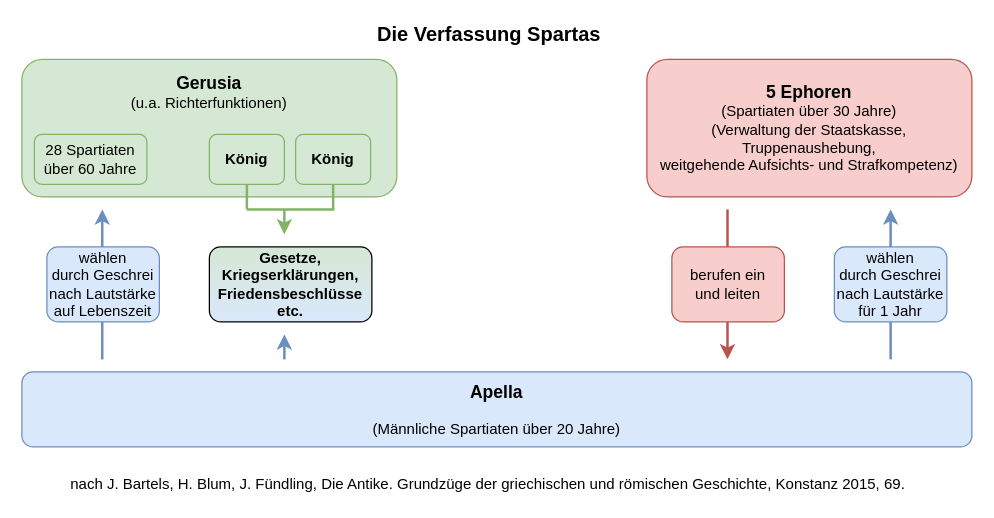
eike-code/eike-code.github.io keeps this draw.io diagram as Verfassung Spartas.drawio. Above is the earlier version. Source tidied: cells renumbered, new cells numbered last; positions are measured from the earlier drawing's top-left corner, leaving out a move shared by most shapes. Both pictures are drawn from the tidied source at 125%, with x=0, y=0 at pixel (21, 21).
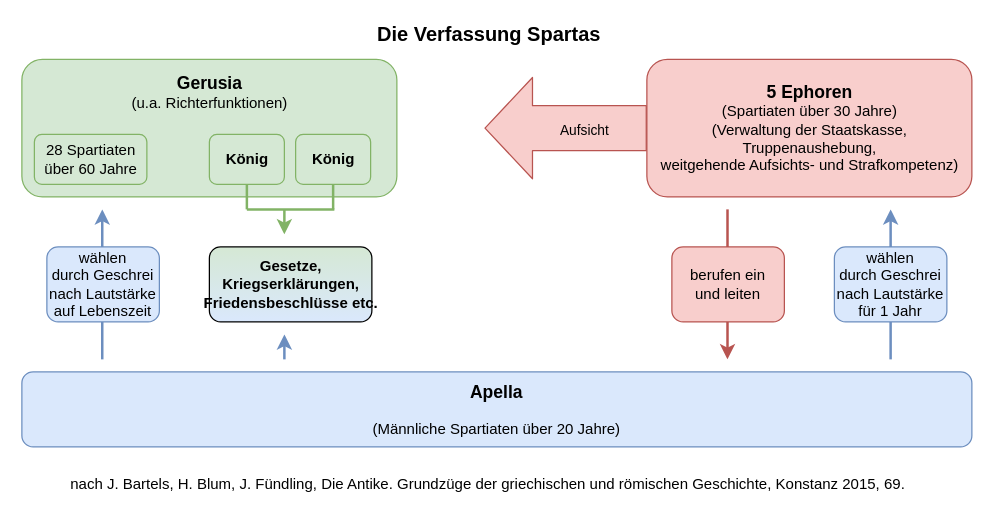
Above is the later version.

The change refers to these unchanged cells:
```xml
<mxCell id="5" style="group;" parent="1" vertex="1">
  <mxGeometry y="30" width="300" height="140" as="geometry" />
</mxCell>
<mxCell id="23" style="group;" parent="1" vertex="1">
  <mxGeometry x="370" y="30" width="390" height="110" as="geometry" />
</mxCell>
```

What changed in the source:
```diff
@@
-    <mxCell id="4" value="&lt;div&gt;&lt;font face=&quot;Cardo&quot;&gt;&lt;b&gt;Gesetze,&lt;/b&gt;&lt;/font&gt;&lt;/div&gt;&lt;div&gt;&lt;font face=&quot;Cardo&quot;&gt;&lt;b&gt;Kriegserklärungen,&lt;br&gt;Friedensbeschlüsse etc.&lt;br&gt;&lt;/b&gt;&lt;/font&gt;&lt;/div&gt;" style="rounded=1;whiteSpace=wrap;html=1;align=center;fillColor=#D5E8D4;gradientColor=#DAE8FC;" parent="1" vertex="1">
+    <mxCell id="4" value="&lt;div&gt;&lt;font face=&quot;Cardo&quot;&gt;&lt;b&gt;Gesetze,&lt;/b&gt;&lt;/font&gt;&lt;/div&gt;&lt;div&gt;&lt;font face=&quot;Cardo&quot;&gt;&lt;b&gt;Kriegserklärungen,&lt;br&gt;Friedensbeschlüsse etc.&lt;br&gt;&lt;/b&gt;&lt;/font&gt;&lt;/div&gt;" style="rounded=1;html=1;align=center;fillColor=#D5E8D4;gradientColor=#DAE8FC;" parent="1" vertex="1">
       <mxGeometry x="150" y="180" width="130" height="60" as="geometry" />
     </mxCell>
@@
-    <mxCell id="6" value="&lt;div&gt;&lt;font size=&quot;1&quot;&gt;&lt;b&gt;&lt;font style=&quot;font-size: 14px&quot; face=&quot;Cardo&quot;&gt;Gerusia&lt;/font&gt;&lt;/b&gt;&lt;/font&gt;&lt;/div&gt;&lt;div&gt;&lt;font face=&quot;Cardo&quot;&gt;(u.a. Richterfunktionen)&lt;/font&gt;&lt;/div&gt;&lt;div&gt;&lt;font face=&quot;Cardo&quot;&gt;&lt;br&gt;&lt;/font&gt;&lt;/div&gt;&lt;div&gt;&lt;font face=&quot;Cardo&quot;&gt;&lt;br&gt;&lt;/font&gt;&lt;/div&gt;&lt;div&gt;&lt;font face=&quot;Cardo&quot;&gt;&lt;br&gt;&lt;/font&gt;&lt;/div&gt;&lt;div&gt;&lt;font face=&quot;Cardo&quot;&gt;&lt;br&gt;&lt;/font&gt;&lt;/div&gt;" style="rounded=1;whiteSpace=wrap;html=1;fillColor=#d5e8d4;strokeColor=#82b366;" parent="5" vertex="1">
+    <mxCell id="6" value="&lt;div&gt;&lt;font size=&quot;1&quot;&gt;&lt;b&gt;&lt;font style=&quot;font-size: 14px&quot; face=&quot;Cardo&quot;&gt;Gerusia&lt;/font&gt;&lt;/b&gt;&lt;/font&gt;&lt;/div&gt;&lt;div&gt;&lt;font face=&quot;Cardo&quot;&gt;(u.a. Richterfunktionen)&lt;/font&gt;&lt;/div&gt;&lt;div&gt;&lt;font face=&quot;Cardo&quot;&gt;&lt;br&gt;&lt;/font&gt;&lt;/div&gt;&lt;div&gt;&lt;font face=&quot;Cardo&quot;&gt;&lt;br&gt;&lt;/font&gt;&lt;/div&gt;&lt;div&gt;&lt;font face=&quot;Cardo&quot;&gt;&lt;br&gt;&lt;/font&gt;&lt;/div&gt;&lt;div&gt;&lt;font face=&quot;Cardo&quot;&gt;&lt;br&gt;&lt;/font&gt;&lt;/div&gt;" style="rounded=1;html=1;fillColor=#d5e8d4;strokeColor=#82b366;" parent="5" vertex="1">
       <mxGeometry width="300" height="110" as="geometry" />
     </mxCell>
@@
-    <mxCell id="8" value="&lt;b&gt;&lt;font face=&quot;Cardo&quot;&gt;König&lt;/font&gt;&lt;/b&gt;" style="rounded=1;whiteSpace=wrap;html=1;fillColor=#d5e8d4;strokeColor=#82b366;" parent="5" vertex="1">
+    <mxCell id="8" value="&lt;b&gt;&lt;font face=&quot;Cardo&quot;&gt;König&lt;/font&gt;&lt;/b&gt;" style="rounded=1;html=1;fillColor=#d5e8d4;strokeColor=#82b366;" parent="5" vertex="1">
       <mxGeometry x="150" y="60" width="60" height="40" as="geometry" />
     </mxCell>
-    <mxCell id="9" value="&lt;b&gt;&lt;font face=&quot;Cardo&quot;&gt;König&lt;/font&gt;&lt;/b&gt;" style="rounded=1;whiteSpace=wrap;html=1;fillColor=#d5e8d4;strokeColor=#82b366;" parent="5" vertex="1">
+    <mxCell id="9" value="&lt;b&gt;&lt;font face=&quot;Cardo&quot;&gt;König&lt;/font&gt;&lt;/b&gt;" style="rounded=1;html=1;fillColor=#d5e8d4;strokeColor=#82b366;" parent="5" vertex="1">
       <mxGeometry x="219" y="60" width="60" height="40" as="geometry" />
     </mxCell>
-    <mxCell id="10" value="&lt;font face=&quot;Cardo&quot;&gt;28 Spartiaten über 60 Jahre&lt;br&gt;&lt;/font&gt;" style="rounded=1;whiteSpace=wrap;html=1;fillColor=#d5e8d4;strokeColor=#82b366;" parent="5" vertex="1">
+    <mxCell id="10" value="&lt;div&gt;&lt;font face=&quot;Cardo&quot;&gt;28 Spartiaten &lt;br&gt;&lt;/font&gt;&lt;/div&gt;&lt;div&gt;&lt;font face=&quot;Cardo&quot;&gt;über 60 Jahre&lt;/font&gt;&lt;/div&gt;" style="rounded=1;html=1;fillColor=#d5e8d4;strokeColor=#82b366;" parent="5" vertex="1">
       <mxGeometry x="10" y="60" width="90" height="40" as="geometry" />
     </mxCell>
@@
-    <mxCell id="24" value="&lt;div&gt;&lt;font size=&quot;1&quot;&gt;&lt;b&gt;&lt;font style=&quot;font-size: 14px&quot; face=&quot;Cardo&quot;&gt;5 Ephoren&lt;/font&gt;&lt;/b&gt;&lt;/font&gt;&lt;/div&gt;&lt;div&gt;&lt;font face=&quot;Cardo&quot;&gt;(Spartiaten über 30 Jahre)&lt;/font&gt;&lt;/div&gt;&lt;div&gt;&lt;font face=&quot;Cardo&quot;&gt;(Verwaltung der Staatskasse, &lt;br&gt;&lt;/font&gt;&lt;/div&gt;&lt;div&gt;&lt;font face=&quot;Cardo&quot;&gt;Truppenaushebung,&lt;/font&gt;&lt;/div&gt;&lt;div&gt;&lt;font face=&quot;Cardo&quot;&gt;weitgehende Aufsichts- und Strafkompetenz&lt;/font&gt;)&lt;/div&gt;" style="rounded=1;whiteSpace=wrap;html=1;fillColor=#f8cecc;strokeColor=#b85450;" parent="23" vertex="1">
+    <mxCell id="24" value="&lt;div&gt;&lt;font size=&quot;1&quot;&gt;&lt;b&gt;&lt;font style=&quot;font-size: 14px&quot; face=&quot;Cardo&quot;&gt;5 Ephoren&lt;/font&gt;&lt;/b&gt;&lt;/font&gt;&lt;/div&gt;&lt;div&gt;&lt;font face=&quot;Cardo&quot;&gt;(Spartiaten über 30 Jahre)&lt;/font&gt;&lt;/div&gt;&lt;div&gt;&lt;font face=&quot;Cardo&quot;&gt;(Verwaltung der Staatskasse, &lt;br&gt;&lt;/font&gt;&lt;/div&gt;&lt;div&gt;&lt;font face=&quot;Cardo&quot;&gt;Truppenaushebung,&lt;/font&gt;&lt;/div&gt;&lt;div&gt;&lt;font face=&quot;Cardo&quot;&gt;weitgehende Aufsichts- und Strafkompetenz&lt;/font&gt;)&lt;/div&gt;" style="rounded=1;html=1;fillColor=#f8cecc;strokeColor=#b85450;" parent="23" vertex="1">
       <mxGeometry x="130" width="260" height="110" as="geometry" />
     </mxCell>
+    <mxCell id="28" style="shape=flexArrow;endArrow=classic;html=1;exitX=0;exitY=0.5;exitDx=0;exitDy=0;endWidth=44;endSize=12.33;width=36;fillColor=#f8cecc;strokeColor=#b85450;" parent="23" edge="1" source="24">
+      <mxGeometry relative="1" as="geometry">
+        <mxPoint y="55" as="targetPoint" />
+      </mxGeometry>
+    </mxCell>
+    <mxCell id="29" value="&lt;font face=&quot;Cardo&quot;&gt;Aufsicht&lt;/font&gt;" style="edgeLabel;html=1;align=center;verticalAlign=middle;labelBackgroundColor=none;" parent="28" vertex="1">
+      <mxGeometry x="-0.22" y="1" relative="1" as="geometry" />
+    </mxCell>
```
